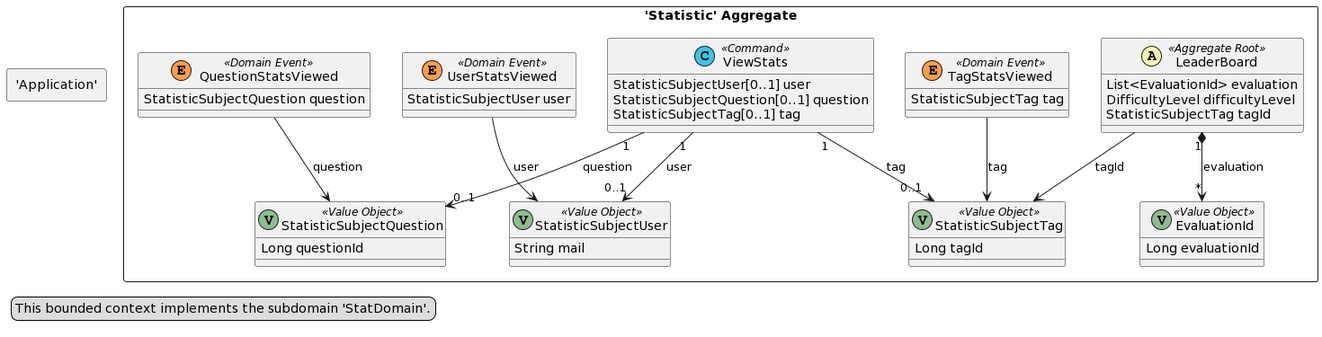
Before: doc/dist/src-gen/gamedev_BC_StatContext.png, a diagram exported from PlantUML (esgi-lyon/question-ddd).
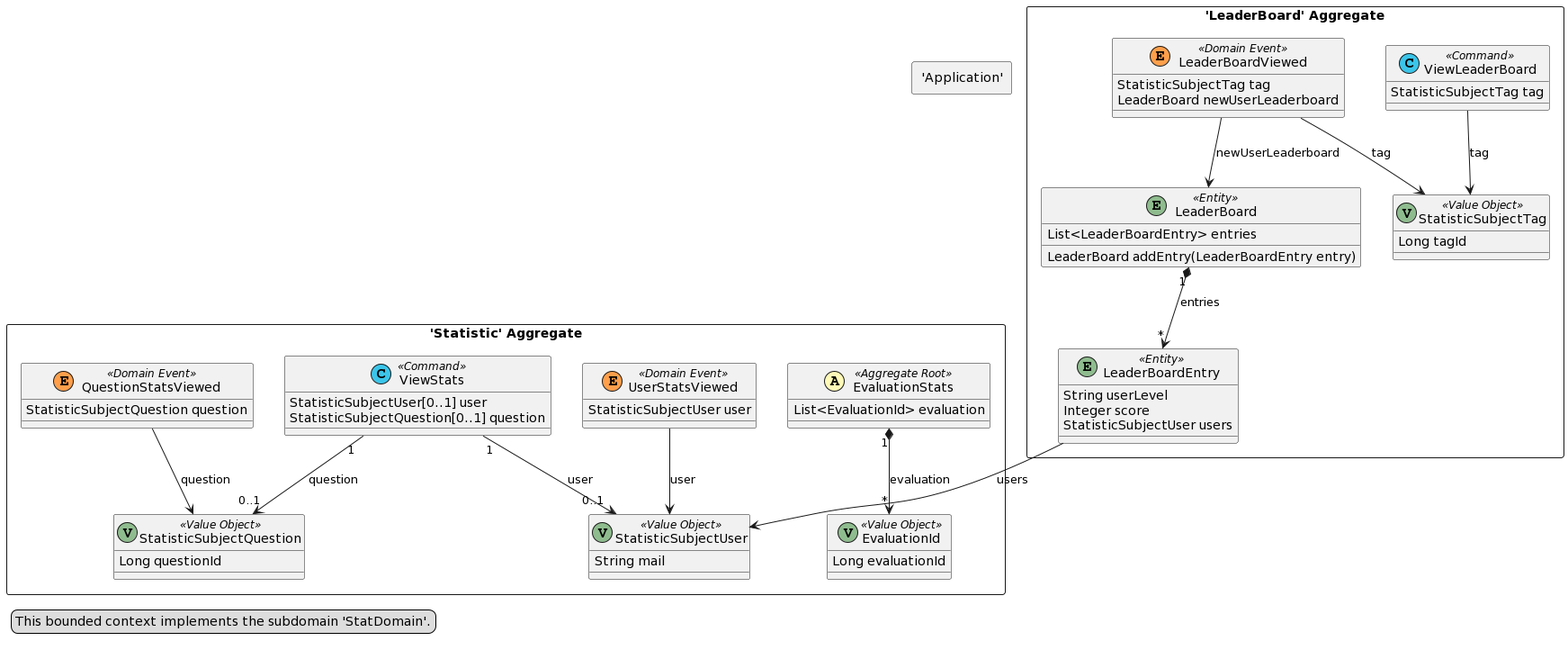
Later version of the same file.

The edit, as a diff of the source:
```diff
@@ -1,17 +1,33 @@
 @startuml
 skinparam componentStyle uml2
 
+package "'LeaderBoard' Aggregate" <<Rectangle>> {
+	class LeaderBoardEntry <<(E,DarkSeaGreen) Entity>> {
+		String userLevel
+		Integer score
+		StatisticSubjectUser users
+	}
+	class LeaderBoard <<(E,DarkSeaGreen) Entity>> {
+		List<LeaderBoardEntry> entries
+		LeaderBoard addEntry(LeaderBoardEntry entry)
+	}
+	class StatisticSubjectTag <<(V,DarkSeaGreen) Value Object>> {
+		Long tagId
+	}
+	class ViewLeaderBoard <<(C,#3bc5e9) Command>> {
+		StatisticSubjectTag tag
+	}
+	class LeaderBoardViewed <<(E,#ff9f4b) Domain Event>> {
+		StatisticSubjectTag tag
+		LeaderBoard newUserLeaderboard
+	}
+}
 package "'Statistic' Aggregate" <<Rectangle>> {
-	class LeaderBoard <<(A,#fffab8) Aggregate Root>> {
+	class EvaluationStats <<(A,#fffab8) Aggregate Root>> {
 		List<EvaluationId> evaluation
-		DifficultyLevel difficultyLevel
-		StatisticSubjectTag tagId
 	}
 	class EvaluationId <<(V,DarkSeaGreen) Value Object>> {
 		Long evaluationId
-	}
-	class StatisticSubjectTag <<(V,DarkSeaGreen) Value Object>> {
-		Long tagId
 	}
 	class StatisticSubjectUser <<(V,DarkSeaGreen) Value Object>> {
 		String mail
@@ -25,13 +41,9 @@
 	class QuestionStatsViewed <<(E,#ff9f4b) Domain Event>> {
 		StatisticSubjectQuestion question
 	}
-	class TagStatsViewed <<(E,#ff9f4b) Domain Event>> {
-		StatisticSubjectTag tag
-	}
 	class ViewStats <<(C,#3bc5e9) Command>> {
 		StatisticSubjectUser[0..1] user
 		StatisticSubjectQuestion[0..1] question
-		StatisticSubjectTag[0..1] tag
 	}
 }
 package "'Application'" <<Rectangle>> {
@@ -39,14 +51,16 @@
 		This application layer contains flow definitions (visualization available via BPMN Sketch Miner).
 	end legend
 }
-TagStatsViewed --> StatisticSubjectTag : tag
-LeaderBoard "1" *--> "*" EvaluationId : evaluation
+LeaderBoard "1" *--> "*" LeaderBoardEntry : entries
+LeaderBoardViewed --> LeaderBoard : newUserLeaderboard
 QuestionStatsViewed --> StatisticSubjectQuestion : question
 ViewStats "1" --> "0..1" StatisticSubjectUser : user
 ViewStats "1" --> "0..1" StatisticSubjectQuestion : question
-ViewStats "1" --> "0..1" StatisticSubjectTag : tag
+ViewLeaderBoard --> StatisticSubjectTag : tag
+EvaluationStats "1" *--> "*" EvaluationId : evaluation
+LeaderBoardEntry --> StatisticSubjectUser : users
 UserStatsViewed --> StatisticSubjectUser : user
-LeaderBoard --> StatisticSubjectTag : tagId
+LeaderBoardViewed --> StatisticSubjectTag : tag
 legend left
   This bounded context implements the subdomain 'StatDomain'.
 end legend
```
